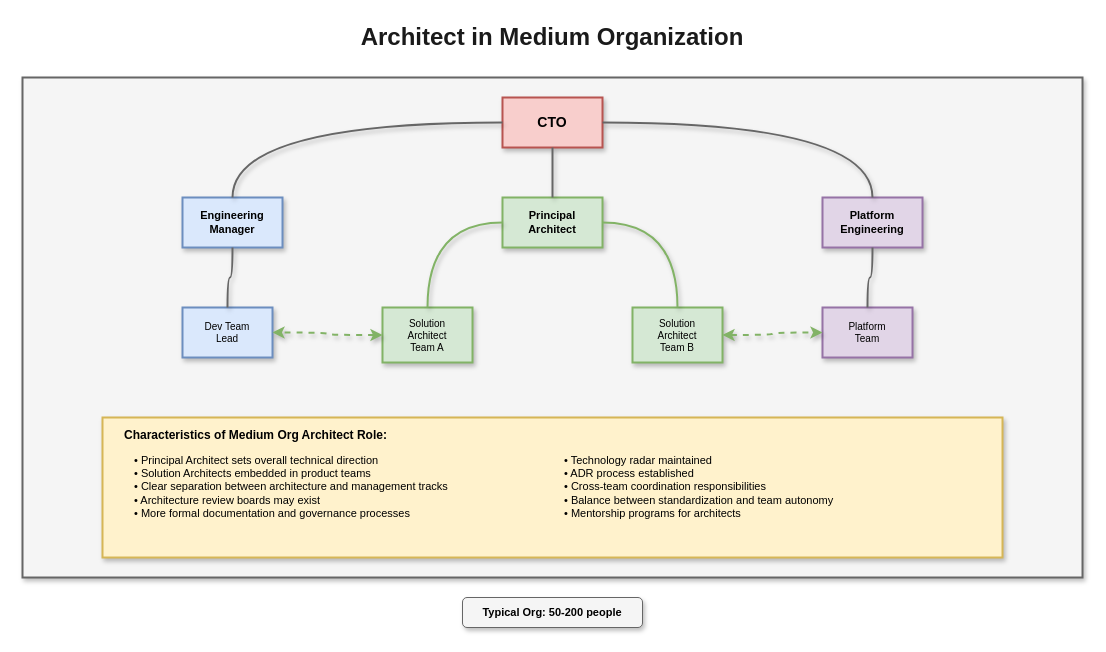
The draw.io diagram lesson-00-software-architect-overview/02-organizational-positioning/2.2-org-structure-medium.drawio in MrParkerZ7/document-lesson-software-architect-x-claude, before the edit. Source tidied: cells renumbered, new cells numbered last; positions are measured from the earlier drawing's top-left corner, leaving out a move shared by most shapes. Both pictures are drawn from the tidied source at 100%, with x=0, y=0 at pixel (22, 17).
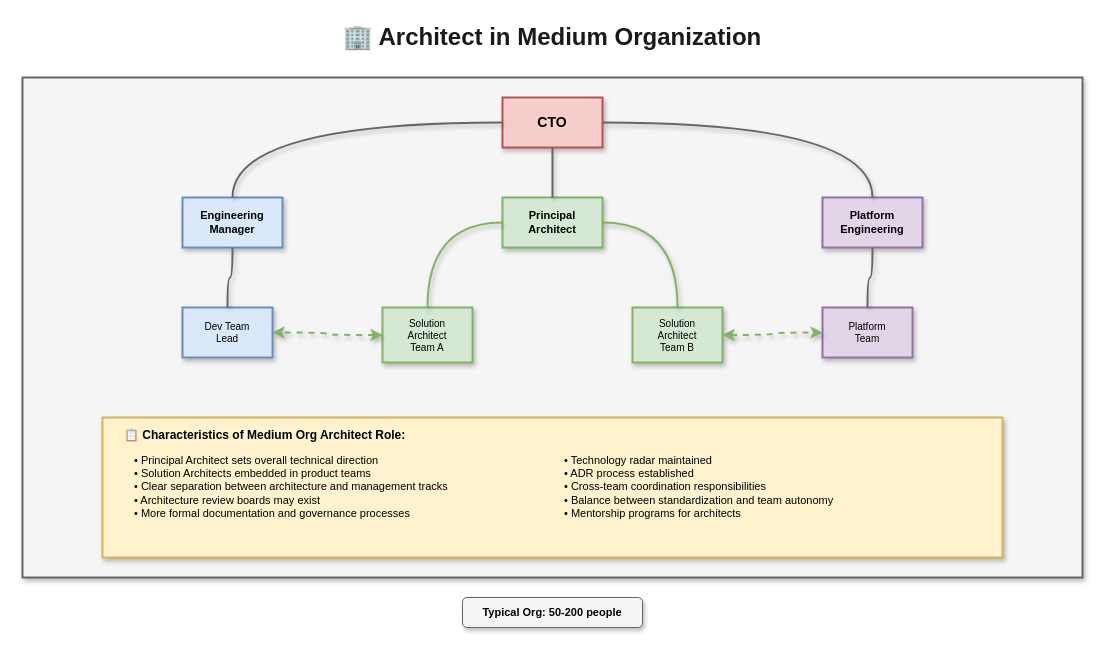
Above is the later version.

The edit, as a diff of the source:
```diff
@@
-    <mxCell id="2" value="Architect in Medium Organization" style="text;html=1;strokeColor=none;fillColor=none;align=center;verticalAlign=middle;whiteSpace=wrap;rounded=0;fontSize=24;fontStyle=1;fontColor=#1a1a1a;" parent="1" vertex="1">
+    <mxCell id="2" value="🏢 Architect in Medium Organization" style="text;html=1;strokeColor=none;fillColor=none;align=center;verticalAlign=middle;whiteSpace=wrap;rounded=0;fontSize=24;fontStyle=1;fontColor=#1a1a1a;" parent="1" vertex="1">
       <mxGeometry x="280" width="500" height="40" as="geometry" />
     </mxCell>
@@
-    <mxCell id="22" value="Characteristics of Medium Org Architect Role:" style="text;html=1;strokeColor=none;fillColor=none;align=left;verticalAlign=middle;whiteSpace=wrap;rounded=0;fontSize=12;fontStyle=1;" parent="1" vertex="1">
+    <mxCell id="22" value="📋 Characteristics of Medium Org Architect Role:" style="text;html=1;strokeColor=none;fillColor=none;align=left;verticalAlign=middle;whiteSpace=wrap;rounded=0;fontSize=12;fontStyle=1;" parent="1" vertex="1">
       <mxGeometry x="100" y="405" width="300" height="25" as="geometry" />
     </mxCell>
```
